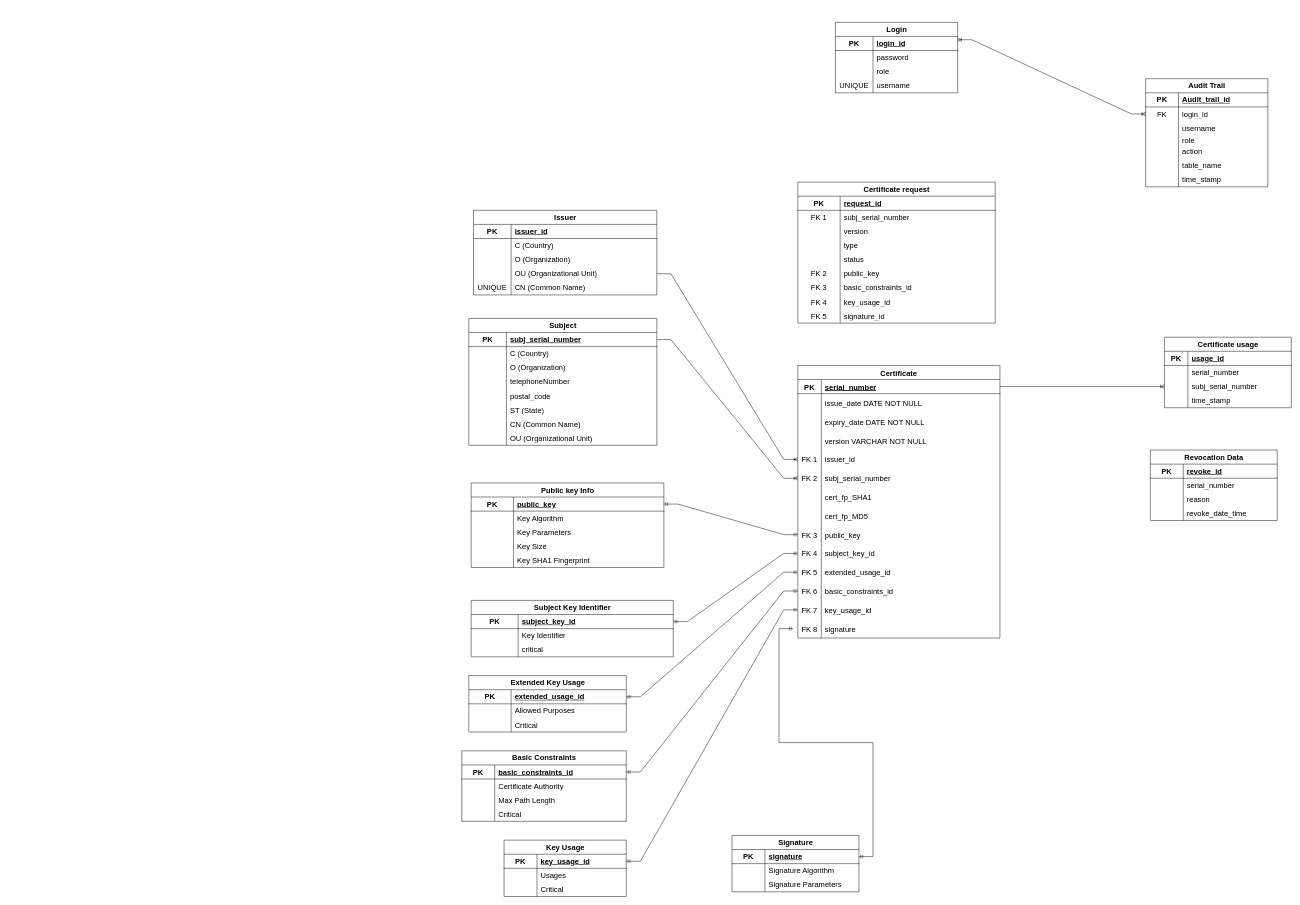
Before: Untitled Diagram.drawio in mimoneysh/DB_Design, a draw.io diagram. Source tidied: cells renumbered, new cells numbered last; positions are measured from the earlier drawing's top-left corner, leaving out a move shared by most shapes. Both pictures are drawn from the tidied source at 47%, with x=0, y=0 at pixel (462, 22).
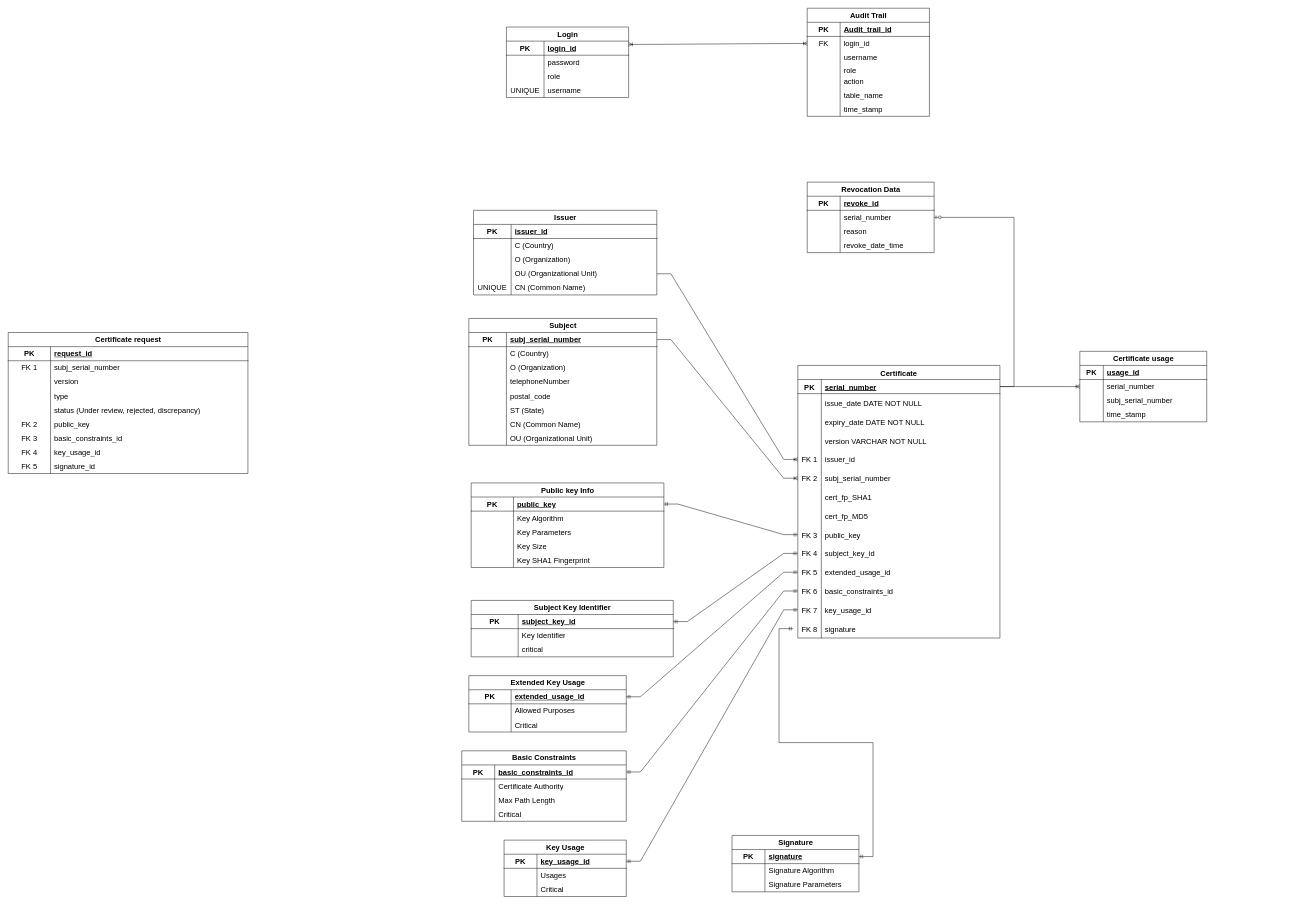
Above is the later version.

Unchanged cells that the change refers to:
```xml
<mxCell id="3" style="shape=partialRectangle;fillColor=none;points=[[0,0.5],[1,0.5]];portConstraint=eastwest;top=0;left=0;right=0;bottom=1;fontSize=16;" parent="2" vertex="1">
  <mxGeometry y="30" width="430" height="30" as="geometry" />
</mxCell>
<mxCell id="222" style="shape=tableRow;horizontal=0;startSize=0;swimlaneHead=0;swimlaneBody=0;fillColor=none;points=[[0,0.5],[1,0.5]];portConstraint=eastwest;top=0;left=0;right=0;bottom=0;fontSize=16;" parent="218" vertex="1">
  <mxGeometry y="60" width="270" height="30" as="geometry" />
</mxCell>
<mxCell id="225" style="shape=tableRow;horizontal=0;startSize=0;swimlaneHead=0;swimlaneBody=0;fillColor=none;points=[[0,0.5],[1,0.5]];portConstraint=eastwest;top=0;left=0;right=0;bottom=0;fontSize=16;" parent="218" vertex="1">
  <mxGeometry y="90" width="270" height="30" as="geometry" />
</mxCell>
<mxCell id="235" style="shape=tableRow;horizontal=0;startSize=0;swimlaneHead=0;swimlaneBody=0;fillColor=none;points=[[0,0.5],[1,0.5]];portConstraint=eastwest;top=0;left=0;right=0;bottom=0;fontSize=16;" parent="231" vertex="1">
  <mxGeometry y="60" width="270" height="30" as="geometry" />
</mxCell>
```

The edit, as a diff of the source:
```diff
@@
     <mxCell id="155" value="Certificate request" style="shape=table;startSize=30;childLayout=tableLayout;rowLines=0;fontStyle=1;align=center;html=1;fontSize=16;" parent="1" vertex="1">
-      <mxGeometry x="715" y="340" width="420" height="300" as="geometry" />
+      <mxGeometry x="-965" y="660" width="510" height="300" as="geometry" />
     </mxCell>
     <mxCell id="156" style="shape=tableRow;horizontal=0;startSize=0;swimlaneHead=0;swimlaneBody=0;fillColor=none;top=0;left=0;right=0;bottom=1;fontSize=16;" parent="155" vertex="1">
-      <mxGeometry y="30" width="420" height="30" as="geometry" />
+      <mxGeometry y="30" width="510" height="30" as="geometry" />
     </mxCell>
@@
     <mxCell id="158" value="request_id" style="shape=partialRectangle;fillColor=none;top=0;left=0;bottom=0;right=0;align=left;spacingLeft=6;fontStyle=5;overflow=hidden;whiteSpace=wrap;html=1;fontSize=16;" parent="156" vertex="1">
-      <mxGeometry x="90" width="330" height="30" as="geometry" />
+      <mxGeometry x="90" width="420" height="30" as="geometry" />
     </mxCell>
     <mxCell id="159" style="shape=tableRow;horizontal=0;startSize=0;swimlaneHead=0;swimlaneBody=0;fillColor=none;top=0;left=0;right=0;bottom=0;fontSize=16;" parent="155" vertex="1">
-      <mxGeometry y="60" width="420" height="30" as="geometry" />
+      <mxGeometry y="60" width="510" height="30" as="geometry" />
     </mxCell>
@@
     <mxCell id="161" value="subj_serial_number" style="shape=partialRectangle;fillColor=none;top=0;left=0;bottom=0;right=0;align=left;spacingLeft=6;overflow=hidden;whiteSpace=wrap;html=1;fontSize=16;" parent="159" vertex="1">
-      <mxGeometry x="90" width="330" height="30" as="geometry" />
+      <mxGeometry x="90" width="420" height="30" as="geometry" />
     </mxCell>
     <mxCell id="162" style="shape=tableRow;horizontal=0;startSize=0;swimlaneHead=0;swimlaneBody=0;fillColor=none;top=0;left=0;right=0;bottom=0;fontSize=16;" parent="155" vertex="1">
-      <mxGeometry y="90" width="420" height="30" as="geometry" />
+      <mxGeometry y="90" width="510" height="30" as="geometry" />
     </mxCell>
@@
     <mxCell id="164" value="version" style="shape=partialRectangle;fillColor=none;top=0;left=0;bottom=0;right=0;align=left;spacingLeft=6;overflow=hidden;whiteSpace=wrap;html=1;fontSize=16;" parent="162" vertex="1">
-      <mxGeometry x="90" width="330" height="30" as="geometry" />
+      <mxGeometry x="90" width="420" height="30" as="geometry" />
     </mxCell>
     <mxCell id="165" style="shape=tableRow;horizontal=0;startSize=0;swimlaneHead=0;swimlaneBody=0;fillColor=none;top=0;left=0;right=0;bottom=0;fontSize=16;" parent="155" vertex="1">
-      <mxGeometry y="120" width="420" height="30" as="geometry" />
+      <mxGeometry y="120" width="510" height="30" as="geometry" />
     </mxCell>
@@
     <mxCell id="167" value="type" style="shape=partialRectangle;fillColor=none;top=0;left=0;bottom=0;right=0;align=left;spacingLeft=6;overflow=hidden;whiteSpace=wrap;html=1;fontSize=16;" parent="165" vertex="1">
-      <mxGeometry x="90" width="330" height="30" as="geometry" />
+      <mxGeometry x="90" width="420" height="30" as="geometry" />
     </mxCell>
     <mxCell id="168" style="shape=tableRow;horizontal=0;startSize=0;swimlaneHead=0;swimlaneBody=0;fillColor=none;top=0;left=0;right=0;bottom=0;fontSize=16;" parent="155" vertex="1">
-      <mxGeometry y="150" width="420" height="30" as="geometry" />
+      <mxGeometry y="150" width="510" height="30" as="geometry" />
     </mxCell>
@@
-    <mxCell id="170" value="status" style="shape=partialRectangle;fillColor=none;top=0;left=0;bottom=0;right=0;align=left;spacingLeft=6;overflow=hidden;whiteSpace=wrap;html=1;fontSize=16;" parent="168" vertex="1">
-      <mxGeometry x="90" width="330" height="30" as="geometry" />
+    <mxCell id="170" value="status (Under review, rejected,&lt;span&gt;&lt;/span&gt; discrepancy)" style="shape=partialRectangle;fillColor=none;top=0;left=0;bottom=0;right=0;align=left;spacingLeft=6;overflow=hidden;whiteSpace=wrap;html=1;fontSize=16;" parent="168" vertex="1">
+      <mxGeometry x="90" width="420" height="30" as="geometry" />
     </mxCell>
     <mxCell id="171" style="shape=tableRow;horizontal=0;startSize=0;swimlaneHead=0;swimlaneBody=0;fillColor=none;top=0;left=0;right=0;bottom=0;fontSize=16;" parent="155" vertex="1">
-      <mxGeometry y="180" width="420" height="30" as="geometry" />
+      <mxGeometry y="180" width="510" height="30" as="geometry" />
     </mxCell>
@@
     <mxCell id="173" value="public_key" style="shape=partialRectangle;fillColor=none;top=0;left=0;bottom=0;right=0;align=left;spacingLeft=6;overflow=hidden;whiteSpace=wrap;html=1;fontSize=16;" parent="171" vertex="1">
-      <mxGeometry x="90" width="330" height="30" as="geometry" />
+      <mxGeometry x="90" width="420" height="30" as="geometry" />
     </mxCell>
     <mxCell id="174" style="shape=tableRow;horizontal=0;startSize=0;swimlaneHead=0;swimlaneBody=0;fillColor=none;top=0;left=0;right=0;bottom=0;fontSize=16;" parent="155" vertex="1">
-      <mxGeometry y="210" width="420" height="30" as="geometry" />
+      <mxGeometry y="210" width="510" height="30" as="geometry" />
     </mxCell>
@@
     <mxCell id="176" value="basic_constraints_id" style="shape=partialRectangle;fillColor=none;top=0;left=0;bottom=0;right=0;align=left;spacingLeft=6;overflow=hidden;whiteSpace=wrap;html=1;fontSize=16;" parent="174" vertex="1">
-      <mxGeometry x="90" width="330" height="30" as="geometry" />
+      <mxGeometry x="90" width="420" height="30" as="geometry" />
     </mxCell>
     <mxCell id="177" style="shape=tableRow;horizontal=0;startSize=0;swimlaneHead=0;swimlaneBody=0;fillColor=none;top=0;left=0;right=0;bottom=0;fontSize=16;" parent="155" vertex="1">
-      <mxGeometry y="240" width="420" height="30" as="geometry" />
+      <mxGeometry y="240" width="510" height="30" as="geometry" />
     </mxCell>
@@
     <mxCell id="179" value="key_usage_id" style="shape=partialRectangle;fillColor=none;top=0;left=0;bottom=0;right=0;align=left;spacingLeft=6;overflow=hidden;whiteSpace=wrap;html=1;fontSize=16;" parent="177" vertex="1">
-      <mxGeometry x="90" width="330" height="30" as="geometry" />
+      <mxGeometry x="90" width="420" height="30" as="geometry" />
     </mxCell>
     <mxCell id="180" style="shape=tableRow;horizontal=0;startSize=0;swimlaneHead=0;swimlaneBody=0;fillColor=none;top=0;left=0;right=0;bottom=0;fontSize=16;" parent="155" vertex="1">
-      <mxGeometry y="270" width="420" height="30" as="geometry" />
+      <mxGeometry y="270" width="510" height="30" as="geometry" />
     </mxCell>
@@
     <mxCell id="182" value="signature_id" style="shape=partialRectangle;fillColor=none;top=0;left=0;bottom=0;right=0;align=left;spacingLeft=6;overflow=hidden;whiteSpace=wrap;html=1;fontSize=16;" parent="180" vertex="1">
-      <mxGeometry x="90" width="330" height="30" as="geometry" />
+      <mxGeometry x="90" width="420" height="30" as="geometry" />
     </mxCell>
     <mxCell id="183" value="Login" style="shape=table;startSize=30;childLayout=tableLayout;rowLines=0;fontStyle=1;align=center;html=1;fontSize=16;" parent="1" vertex="1">
-      <mxGeometry x="795" width="260" height="150" as="geometry" />
+      <mxGeometry x="95" y="10" width="260" height="150" as="geometry" />
     </mxCell>
@@
     <mxCell id="196" value="Audit Trail" style="shape=table;startSize=30;childLayout=tableLayout;rowLines=0;fontStyle=1;align=center;html=1;fontSize=16;" parent="1" vertex="1">
-      <mxGeometry x="1455" y="120" width="260" height="230" as="geometry" />
+      <mxGeometry x="735" y="-30" width="260" height="230" as="geometry" />
     </mxCell>
@@
     <mxCell id="218" value="Certificate usage" style="shape=table;startSize=30;childLayout=tableLayout;rowLines=0;fontStyle=1;align=center;html=1;fontSize=16;" parent="1" vertex="1">
-      <mxGeometry x="1495" y="670" width="270" height="150" as="geometry" />
+      <mxGeometry x="1315" y="700" width="270" height="150" as="geometry" />
     </mxCell>
@@
     <mxCell id="231" value="Revocation Data" style="shape=table;startSize=30;childLayout=tableLayout;rowLines=0;fontStyle=1;align=center;html=1;fontSize=16;" parent="1" vertex="1">
-      <mxGeometry x="1465" y="910" width="270" height="150" as="geometry" />
+      <mxGeometry x="735" y="340" width="270" height="150" as="geometry" />
     </mxCell>
@@
-    <mxCell id="244" style="edgeStyle=entityRelationEdgeStyle;fontSize=12;html=1;endArrow=ERoneToMany;rounded=0;exitX=1;exitY=0.5;exitDx=0;exitDy=0;entryX=0;entryY=0.5;entryDx=0;entryDy=0;" parent="1" edge="1" source="3" target="225">
+    <mxCell id="244" style="edgeStyle=entityRelationEdgeStyle;fontSize=12;html=1;endArrow=ERoneToMany;rounded=0;exitX=1;exitY=0.5;exitDx=0;exitDy=0;entryX=0;entryY=0.5;entryDx=0;entryDy=0;" parent="1" edge="1" source="3" target="222">
       <mxGeometry relative="1" as="geometry" />
     </mxCell>
@@
+    <mxCell id="254" style="edgeStyle=entityRelationEdgeStyle;fontSize=12;html=1;endArrow=ERzeroToOne;endFill=1;rounded=0;entryX=1;entryY=0.5;entryDx=0;entryDy=0;" parent="1" edge="1" source="3" target="235">
+      <mxGeometry relative="1" as="geometry" />
+    </mxCell>
```
